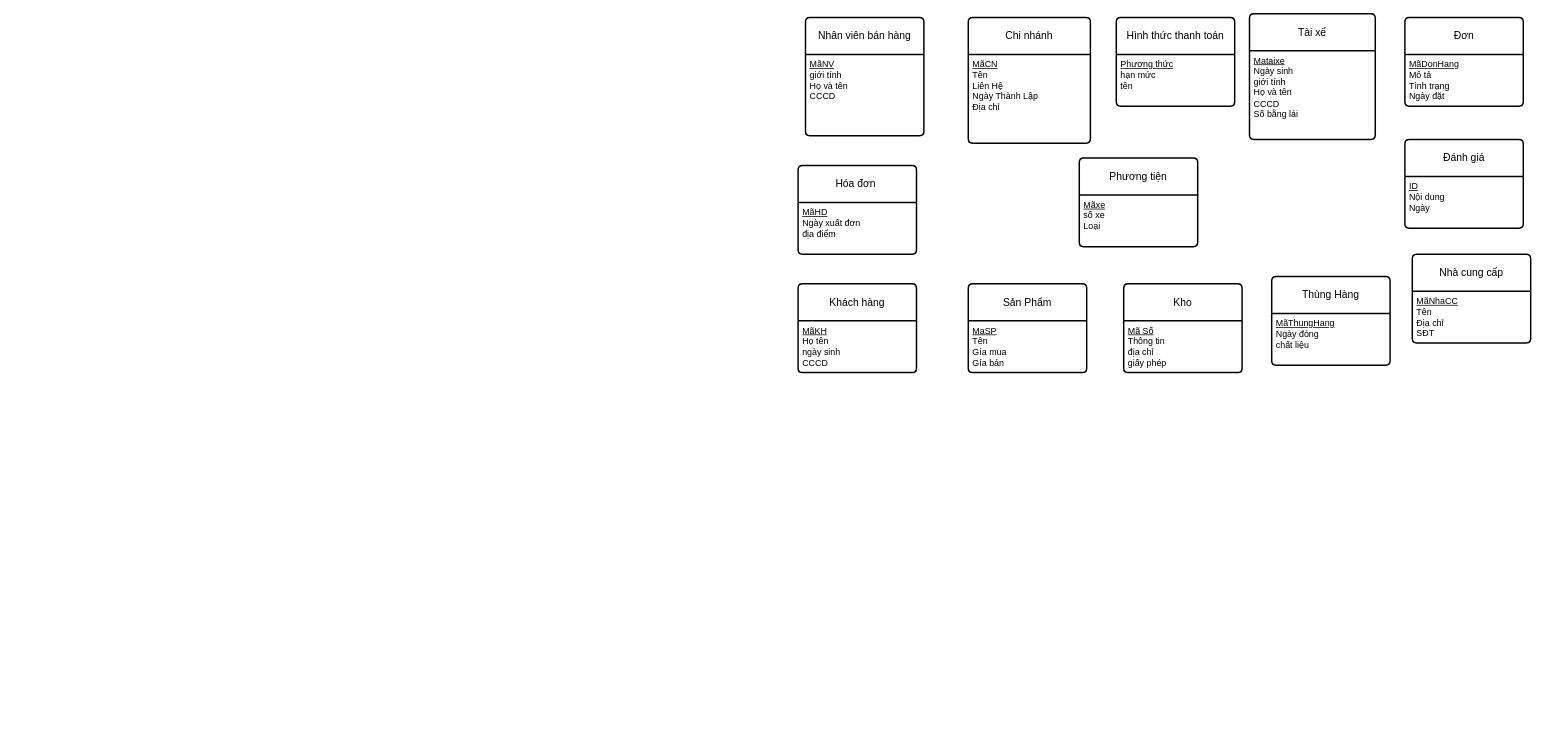
Before: Untitled Diagram.drawio in Tungdv23/B-i-t-p-th-vi-n, a draw.io diagram. Source tidied: cells renumbered, new cells numbered last; positions are measured from the earlier drawing's top-left corner, leaving out a move shared by most shapes. Both pictures are drawn from the tidied source at 74%, with x=0, y=0 at pixel (798, 13).
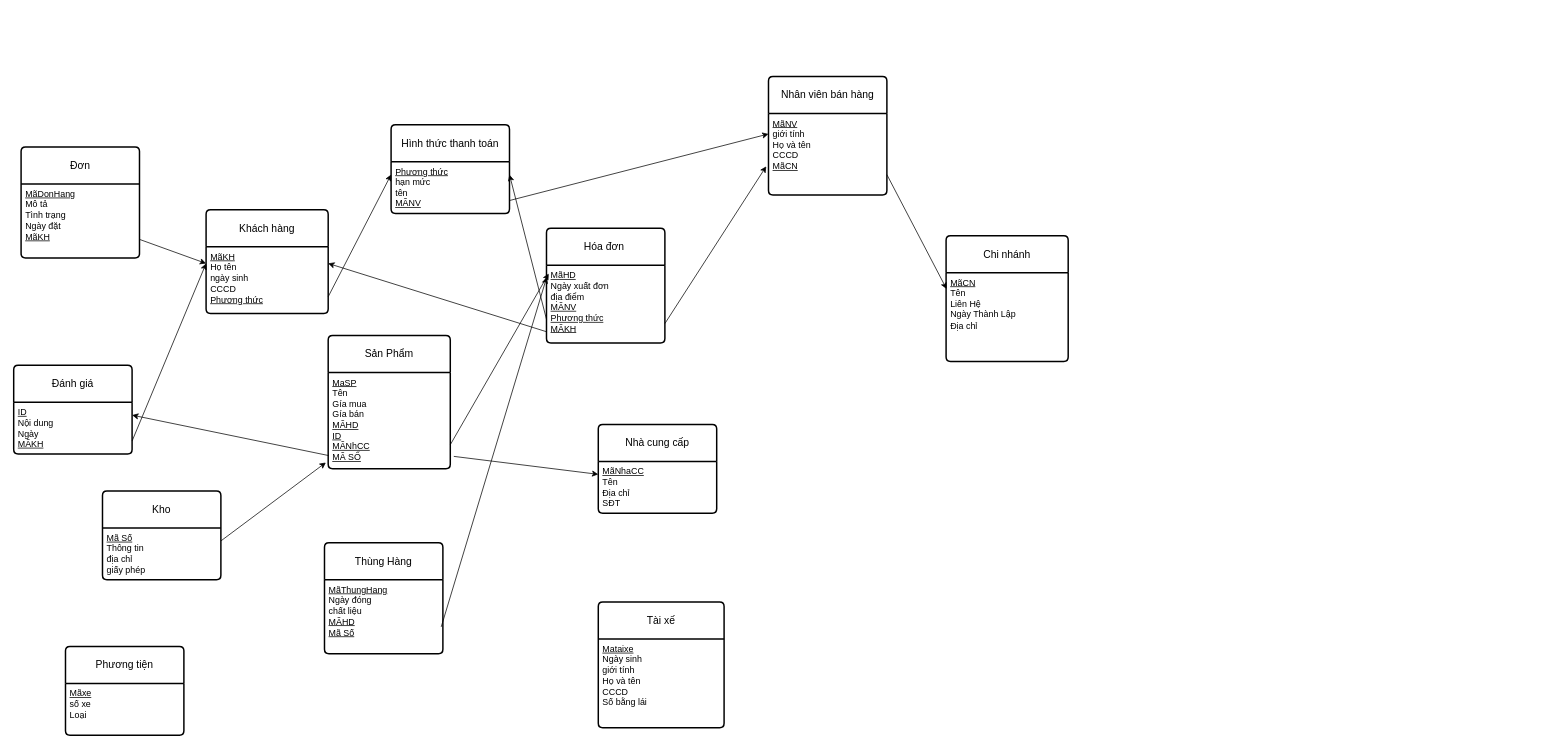
The same diagram, later.

Unchanged cells that the change refers to:
```xml
<mxCell id="5" value="&lt;u&gt;MãCN&lt;/u&gt;&lt;div&gt;Tên&lt;/div&gt;&lt;div&gt;Liên Hệ&lt;/div&gt;&lt;div&gt;Ngày Thành Lập&lt;/div&gt;&lt;div&gt;Địa chỉ&lt;/div&gt;" style="align=left;strokeColor=none;fillColor=none;spacingLeft=4;spacingRight=4;fontSize=12;verticalAlign=top;html=1;whiteSpace=wrap;" parent="4" vertex="1">
  <mxGeometry y="50" width="165" height="120" as="geometry" />
</mxCell>
<mxCell id="19" value="&lt;u&gt;MãNhaCC&lt;/u&gt;&lt;div&gt;Tên&lt;/div&gt;&lt;div&gt;Địa chỉ&lt;/div&gt;&lt;div&gt;SĐT&lt;/div&gt;" style="align=left;strokeColor=none;fillColor=none;spacingLeft=4;spacingRight=4;fontSize=12;verticalAlign=top;html=1;whiteSpace=wrap;" parent="18" vertex="1">
  <mxGeometry y="50" width="160" height="70" as="geometry" />
</mxCell>
<mxCell id="23" value="&lt;u&gt;Mã Số&lt;/u&gt;&lt;div&gt;Thông tin&lt;/div&gt;&lt;div&gt;địa chỉ&lt;/div&gt;&lt;div&gt;giấy phép&lt;/div&gt;" style="align=left;strokeColor=none;fillColor=none;spacingLeft=4;spacingRight=4;fontSize=12;verticalAlign=top;html=1;whiteSpace=wrap;" parent="22" vertex="1">
  <mxGeometry y="50" width="160" height="70" as="geometry" />
</mxCell>
```

Diff of the diagram source:
```diff
@@
     <mxCell id="2" value="Nhân viên bán hàng" style="swimlane;horizontal=1;startSize=50;rounded=1;fontSize=14;fontStyle=0;strokeWidth=2;shadow=0;dashed=0;align=center;arcSize=4;whiteSpace=wrap;html=1;" parent="1" vertex="1">
-      <mxGeometry x="10" y="5" width="160" height="160" as="geometry" />
+      <mxGeometry x="-40" y="85" width="160" height="160" as="geometry" />
     </mxCell>
-    <mxCell id="3" value="&lt;u&gt;MãNV&lt;/u&gt;&lt;div&gt;giới tính&lt;/div&gt;&lt;div&gt;Họ và tên&lt;/div&gt;&lt;div&gt;CCCD&lt;/div&gt;&lt;div&gt;&lt;br&gt;&lt;/div&gt;" style="align=left;strokeColor=none;fillColor=none;spacingLeft=4;spacingRight=4;fontSize=12;verticalAlign=top;html=1;whiteSpace=wrap;" parent="2" vertex="1">
+    <mxCell id="3" value="&lt;u&gt;MãNV&lt;/u&gt;&lt;div&gt;giới tính&lt;/div&gt;&lt;div&gt;Họ và tên&lt;/div&gt;&lt;div&gt;CCCD&lt;/div&gt;&lt;div&gt;&lt;u&gt;MãCN&lt;/u&gt;&lt;/div&gt;&lt;div&gt;&lt;br&gt;&lt;/div&gt;" style="align=left;strokeColor=none;fillColor=none;spacingLeft=4;spacingRight=4;fontSize=12;verticalAlign=top;html=1;whiteSpace=wrap;" parent="2" vertex="1">
       <mxGeometry y="50" width="160" height="110" as="geometry" />
     </mxCell>
     <mxCell id="4" value="Chi nhánh" style="swimlane;horizontal=1;startSize=50;rounded=1;fontSize=14;fontStyle=0;strokeWidth=2;shadow=0;dashed=0;align=center;arcSize=4;whiteSpace=wrap;html=1;" parent="1" vertex="1">
-      <mxGeometry x="230" y="5" width="165" height="170" as="geometry" />
+      <mxGeometry x="200" y="300" width="165" height="170" as="geometry" />
     </mxCell>
@@
     <mxCell id="6" value="Hình thức thanh toán" style="swimlane;horizontal=1;startSize=50;rounded=1;fontSize=14;fontStyle=0;strokeWidth=2;shadow=0;dashed=0;align=center;arcSize=4;whiteSpace=wrap;html=1;" parent="1" vertex="1">
-      <mxGeometry x="430" y="5" width="160" height="120" as="geometry" />
+      <mxGeometry x="-550" y="150" width="160" height="120" as="geometry" />
     </mxCell>
-    <mxCell id="7" value="&lt;u&gt;Phương thức&lt;/u&gt;&lt;div&gt;hạn mức&lt;/div&gt;&lt;div&gt;tên&lt;/div&gt;" style="align=left;strokeColor=none;fillColor=none;spacingLeft=4;spacingRight=4;fontSize=12;verticalAlign=top;html=1;whiteSpace=wrap;" parent="6" vertex="1">
+    <mxCell id="7" value="&lt;u&gt;Phương thức&lt;/u&gt;&lt;div&gt;hạn mức&lt;/div&gt;&lt;div&gt;tên&lt;/div&gt;&lt;div&gt;&lt;u&gt;MÃNV&lt;/u&gt;&lt;/div&gt;" style="align=left;strokeColor=none;fillColor=none;spacingLeft=4;spacingRight=4;fontSize=12;verticalAlign=top;html=1;whiteSpace=wrap;" parent="6" vertex="1">
       <mxGeometry y="50" width="160" height="70" as="geometry" />
     </mxCell>
     <mxCell id="8" value="Tài xế" style="swimlane;horizontal=1;startSize=50;rounded=1;fontSize=14;fontStyle=0;strokeWidth=2;shadow=0;dashed=0;align=center;arcSize=4;whiteSpace=wrap;html=1;" parent="1" vertex="1">
-      <mxGeometry x="610" width="170" height="170" as="geometry" />
+      <mxGeometry x="-270" y="795" width="170" height="170" as="geometry" />
     </mxCell>
@@
     <mxCell id="10" value="Hóa đơn&amp;nbsp;" style="swimlane;horizontal=1;startSize=50;rounded=1;fontSize=14;fontStyle=0;strokeWidth=2;shadow=0;dashed=0;align=center;arcSize=4;whiteSpace=wrap;html=1;" parent="1" vertex="1">
-      <mxGeometry y="205" width="160" height="120" as="geometry" />
+      <mxGeometry x="-340" y="290" width="160" height="155" as="geometry" />
     </mxCell>
-    <mxCell id="11" value="&lt;u&gt;MãHD&lt;/u&gt;&lt;div&gt;Ngày xuất đơn&lt;/div&gt;&lt;div&gt;địa điểm&lt;/div&gt;" style="align=left;strokeColor=none;fillColor=none;spacingLeft=4;spacingRight=4;fontSize=12;verticalAlign=top;html=1;whiteSpace=wrap;" parent="10" vertex="1">
-      <mxGeometry y="50" width="160" height="70" as="geometry" />
+    <mxCell id="11" value="&lt;u&gt;MãHD&lt;/u&gt;&lt;div&gt;Ngày xuất đơn&lt;/div&gt;&lt;div&gt;địa điểm&lt;/div&gt;&lt;div&gt;&lt;u&gt;MÃNV&lt;/u&gt;&lt;/div&gt;&lt;div&gt;&lt;u&gt;Phương thức&lt;/u&gt;&lt;/div&gt;&lt;div&gt;&lt;u&gt;MÃKH&lt;/u&gt;&lt;/div&gt;" style="align=left;strokeColor=none;fillColor=none;spacingLeft=4;spacingRight=4;fontSize=12;verticalAlign=top;html=1;whiteSpace=wrap;" parent="10" vertex="1">
+      <mxGeometry y="50" width="160" height="105" as="geometry" />
     </mxCell>
     <mxCell id="12" value="Khách hàng" style="swimlane;horizontal=1;startSize=50;rounded=1;fontSize=14;fontStyle=0;strokeWidth=2;shadow=0;dashed=0;align=center;arcSize=4;whiteSpace=wrap;html=1;" parent="1" vertex="1">
-      <mxGeometry y="365" width="160" height="120" as="geometry" />
+      <mxGeometry x="-800" y="265" width="165" height="140" as="geometry" />
     </mxCell>
-    <mxCell id="13" value="&lt;u&gt;MãKH&lt;/u&gt;&lt;div&gt;Họ tên&lt;/div&gt;&lt;div&gt;ngày sinh&lt;/div&gt;&lt;div&gt;CCCD&lt;/div&gt;" style="align=left;strokeColor=none;fillColor=none;spacingLeft=4;spacingRight=4;fontSize=12;verticalAlign=top;html=1;whiteSpace=wrap;" parent="12" vertex="1">
-      <mxGeometry y="50" width="160" height="70" as="geometry" />
+    <mxCell id="13" value="&lt;u&gt;MãKH&lt;/u&gt;&lt;div&gt;Họ tên&lt;/div&gt;&lt;div&gt;ngày sinh&lt;/div&gt;&lt;div&gt;CCCD&lt;/div&gt;&lt;div&gt;&lt;u&gt;Phương thức&lt;/u&gt;&lt;/div&gt;" style="align=left;strokeColor=none;fillColor=none;spacingLeft=4;spacingRight=4;fontSize=12;verticalAlign=top;html=1;whiteSpace=wrap;" parent="12" vertex="1">
+      <mxGeometry y="50" width="165" height="90" as="geometry" />
     </mxCell>
     <mxCell id="14" value="Đơn" style="swimlane;horizontal=1;startSize=50;rounded=1;fontSize=14;fontStyle=0;strokeWidth=2;shadow=0;dashed=0;align=center;arcSize=4;whiteSpace=wrap;html=1;" parent="1" vertex="1">
-      <mxGeometry x="820" y="5" width="160" height="120" as="geometry" />
+      <mxGeometry x="-1050" y="180" width="160" height="150" as="geometry" />
     </mxCell>
-    <mxCell id="15" value="&lt;u&gt;MãDonHang&lt;/u&gt;&lt;div&gt;Mô tả&lt;/div&gt;&lt;div&gt;Tình trạng&lt;/div&gt;&lt;div&gt;Ngày đặt&lt;/div&gt;" style="align=left;strokeColor=none;fillColor=none;spacingLeft=4;spacingRight=4;fontSize=12;verticalAlign=top;html=1;whiteSpace=wrap;" parent="14" vertex="1">
-      <mxGeometry y="50" width="160" height="70" as="geometry" />
+    <mxCell id="15" value="&lt;u&gt;MãDonHang&lt;/u&gt;&lt;div&gt;Mô tả&lt;/div&gt;&lt;div&gt;Tình trạng&lt;/div&gt;&lt;div&gt;Ngày đặt&lt;/div&gt;&lt;div&gt;&lt;u&gt;MãKH&lt;/u&gt;&lt;/div&gt;" style="align=left;strokeColor=none;fillColor=none;spacingLeft=4;spacingRight=4;fontSize=12;verticalAlign=top;html=1;whiteSpace=wrap;" parent="14" vertex="1">
+      <mxGeometry y="50" width="160" height="100" as="geometry" />
     </mxCell>
     <mxCell id="16" value="Đánh giá" style="swimlane;horizontal=1;startSize=50;rounded=1;fontSize=14;fontStyle=0;strokeWidth=2;shadow=0;dashed=0;align=center;arcSize=4;whiteSpace=wrap;html=1;" parent="1" vertex="1">
-      <mxGeometry x="820" y="170" width="160" height="120" as="geometry" />
+      <mxGeometry x="-1060" y="475" width="160" height="120" as="geometry" />
     </mxCell>
-    <mxCell id="17" value="&lt;u&gt;ID&lt;/u&gt;&lt;div&gt;Nội dung&lt;/div&gt;&lt;div&gt;Ngày&lt;/div&gt;" style="align=left;strokeColor=none;fillColor=none;spacingLeft=4;spacingRight=4;fontSize=12;verticalAlign=top;html=1;whiteSpace=wrap;" parent="16" vertex="1">
+    <mxCell id="17" value="&lt;u&gt;ID&lt;/u&gt;&lt;div&gt;Nội dung&lt;/div&gt;&lt;div&gt;Ngày&lt;/div&gt;&lt;div&gt;&lt;u&gt;MÃKH&lt;/u&gt;&lt;/div&gt;" style="align=left;strokeColor=none;fillColor=none;spacingLeft=4;spacingRight=4;fontSize=12;verticalAlign=top;html=1;whiteSpace=wrap;" parent="16" vertex="1">
       <mxGeometry y="50" width="160" height="70" as="geometry" />
     </mxCell>
     <mxCell id="18" value="Nhà cung cấp" style="swimlane;horizontal=1;startSize=50;rounded=1;fontSize=14;fontStyle=0;strokeWidth=2;shadow=0;dashed=0;align=center;arcSize=4;whiteSpace=wrap;html=1;" parent="1" vertex="1">
-      <mxGeometry x="830" y="325" width="160" height="120" as="geometry" />
+      <mxGeometry x="-270" y="555" width="160" height="120" as="geometry" />
     </mxCell>
@@
     <mxCell id="20" value="Sản Phẩm" style="swimlane;horizontal=1;startSize=50;rounded=1;fontSize=14;fontStyle=0;strokeWidth=2;shadow=0;dashed=0;align=center;arcSize=4;whiteSpace=wrap;html=1;" parent="1" vertex="1">
-      <mxGeometry x="230" y="365" width="160" height="120" as="geometry" />
+      <mxGeometry x="-635" y="435" width="165" height="180" as="geometry" />
     </mxCell>
-    <mxCell id="21" value="&lt;u&gt;MaSP&lt;/u&gt;&lt;div&gt;Tên&lt;/div&gt;&lt;div&gt;Gía mua&lt;/div&gt;&lt;div&gt;Gía bán&lt;/div&gt;" style="align=left;strokeColor=none;fillColor=none;spacingLeft=4;spacingRight=4;fontSize=12;verticalAlign=top;html=1;whiteSpace=wrap;" parent="20" vertex="1">
-      <mxGeometry y="50" width="160" height="70" as="geometry" />
+    <mxCell id="21" value="&lt;u&gt;MaSP&lt;/u&gt;&lt;div&gt;Tên&lt;/div&gt;&lt;div&gt;Gía mua&lt;/div&gt;&lt;div&gt;Gía bán&lt;/div&gt;&lt;div&gt;&lt;u&gt;MÃHD&lt;/u&gt;&lt;/div&gt;&lt;div&gt;&lt;u&gt;ID&lt;/u&gt;&lt;/div&gt;&lt;div&gt;&lt;u&gt;MÃNhCC&lt;/u&gt;&lt;/div&gt;&lt;div&gt;&lt;u&gt;MÃ SỐ&lt;/u&gt;&lt;/div&gt;" style="align=left;strokeColor=none;fillColor=none;spacingLeft=4;spacingRight=4;fontSize=12;verticalAlign=top;html=1;whiteSpace=wrap;" parent="20" vertex="1">
+      <mxGeometry y="50" width="165" height="130" as="geometry" />
     </mxCell>
     <mxCell id="22" value="Kho" style="swimlane;horizontal=1;startSize=50;rounded=1;fontSize=14;fontStyle=0;strokeWidth=2;shadow=0;dashed=0;align=center;arcSize=4;whiteSpace=wrap;html=1;" parent="1" vertex="1">
-      <mxGeometry x="440" y="365" width="160" height="120" as="geometry" />
+      <mxGeometry x="-940" y="645" width="160" height="120" as="geometry" />
     </mxCell>
@@
     <mxCell id="24" value="Thùng Hàng" style="swimlane;horizontal=1;startSize=50;rounded=1;fontSize=14;fontStyle=0;strokeWidth=2;shadow=0;dashed=0;align=center;arcSize=4;whiteSpace=wrap;html=1;" parent="1" vertex="1">
-      <mxGeometry x="640" y="355" width="160" height="120" as="geometry" />
+      <mxGeometry x="-640" y="715" width="160" height="150" as="geometry" />
     </mxCell>
-    <mxCell id="25" value="&lt;u&gt;MãThungHang&lt;/u&gt;&lt;div&gt;Ngày đóng&lt;/div&gt;&lt;div&gt;chất liệu&lt;/div&gt;" style="align=left;strokeColor=none;fillColor=none;spacingLeft=4;spacingRight=4;fontSize=12;verticalAlign=top;html=1;whiteSpace=wrap;" parent="24" vertex="1">
-      <mxGeometry y="50" width="160" height="70" as="geometry" />
+    <mxCell id="25" value="&lt;u&gt;MãThungHang&lt;/u&gt;&lt;div&gt;Ngày đóng&lt;/div&gt;&lt;div&gt;chất liệu&lt;/div&gt;&lt;div&gt;&lt;u&gt;MÃHD&lt;/u&gt;&lt;/div&gt;&lt;div&gt;&lt;u&gt;Mã Số&lt;/u&gt;&lt;/div&gt;" style="align=left;strokeColor=none;fillColor=none;spacingLeft=4;spacingRight=4;fontSize=12;verticalAlign=top;html=1;whiteSpace=wrap;" parent="24" vertex="1">
+      <mxGeometry y="50" width="160" height="100" as="geometry" />
     </mxCell>
     <mxCell id="26" value="Phương tiện" style="swimlane;horizontal=1;startSize=50;rounded=1;fontSize=14;fontStyle=0;strokeWidth=2;shadow=0;dashed=0;align=center;arcSize=4;whiteSpace=wrap;html=1;" parent="1" vertex="1">
-      <mxGeometry x="380" y="195" width="160" height="120" as="geometry" />
+      <mxGeometry x="-990" y="855" width="160" height="120" as="geometry" />
     </mxCell>
@@
+    <mxCell id="28" style="endArrow=classic;html=1;rounded=0;exitX=1;exitY=0.75;exitDx=0;exitDy=0;entryX=0.004;entryY=0.183;entryDx=0;entryDy=0;entryPerimeter=0;" parent="1" edge="1" source="3" target="5">
+      <mxGeometry relative="1" as="geometry" />
+    </mxCell>
+    <mxCell id="29" style="endArrow=classic;html=1;rounded=0;exitX=1;exitY=0.75;exitDx=0;exitDy=0;entryX=0;entryY=0.25;entryDx=0;entryDy=0;" parent="1" edge="1" source="15" target="13">
+      <mxGeometry relative="1" as="geometry" />
+    </mxCell>
+    <mxCell id="30" style="endArrow=classic;html=1;rounded=0;exitX=1;exitY=0.75;exitDx=0;exitDy=0;entryX=-0.019;entryY=0.648;entryDx=0;entryDy=0;entryPerimeter=0;" parent="1" edge="1" source="11" target="3">
+      <mxGeometry relative="1" as="geometry" />
+    </mxCell>
+    <mxCell id="31" style="endArrow=classic;html=1;rounded=0;exitX=1;exitY=0.75;exitDx=0;exitDy=0;entryX=0.019;entryY=0.107;entryDx=0;entryDy=0;entryPerimeter=0;" parent="1" edge="1" source="21" target="11">
+      <mxGeometry relative="1" as="geometry" />
+    </mxCell>
+    <mxCell id="32" style="endArrow=classic;html=1;rounded=0;exitX=1;exitY=0.75;exitDx=0;exitDy=0;entryX=0;entryY=0.25;entryDx=0;entryDy=0;" parent="1" edge="1" source="7" target="3">
+      <mxGeometry relative="1" as="geometry" />
+    </mxCell>
+    <mxCell id="33" style="endArrow=classic;html=1;rounded=0;entryX=1;entryY=0.25;entryDx=0;entryDy=0;exitX=0.001;exitY=0.701;exitDx=0;exitDy=0;exitPerimeter=0;" parent="1" edge="1" source="11" target="7">
+      <mxGeometry relative="1" as="geometry" />
+    </mxCell>
+    <mxCell id="34" style="endArrow=classic;html=1;rounded=0;exitX=1;exitY=0.75;exitDx=0;exitDy=0;entryX=0;entryY=0.25;entryDx=0;entryDy=0;" parent="1" edge="1" source="13" target="7">
+      <mxGeometry relative="1" as="geometry" />
+    </mxCell>
+    <mxCell id="35" style="endArrow=classic;html=1;rounded=0;entryX=1;entryY=0.25;entryDx=0;entryDy=0;exitX=0;exitY=0.855;exitDx=0;exitDy=0;exitPerimeter=0;" parent="1" edge="1" source="11" target="13">
+      <mxGeometry relative="1" as="geometry" />
+    </mxCell>
+    <mxCell id="36" style="endArrow=classic;html=1;rounded=0;entryX=0;entryY=0.25;entryDx=0;entryDy=0;exitX=1;exitY=0.75;exitDx=0;exitDy=0;" parent="1" edge="1" source="17" target="13">
+      <mxGeometry relative="1" as="geometry" />
+    </mxCell>
+    <mxCell id="37" style="endArrow=classic;html=1;rounded=0;exitX=0.006;exitY=0.863;exitDx=0;exitDy=0;exitPerimeter=0;entryX=1;entryY=0.25;entryDx=0;entryDy=0;" parent="1" edge="1" source="21" target="17">
+      <mxGeometry relative="1" as="geometry" />
+    </mxCell>
+    <mxCell id="38" style="endArrow=classic;html=1;rounded=0;exitX=1.029;exitY=0.871;exitDx=0;exitDy=0;exitPerimeter=0;entryX=0;entryY=0.25;entryDx=0;entryDy=0;" parent="1" edge="1" source="21" target="19">
+      <mxGeometry relative="1" as="geometry" />
+    </mxCell>
+    <mxCell id="39" style="endArrow=classic;html=1;rounded=0;exitX=1;exitY=0.25;exitDx=0;exitDy=0;entryX=-0.019;entryY=0.935;entryDx=0;entryDy=0;entryPerimeter=0;" parent="1" edge="1" source="23" target="21">
+      <mxGeometry relative="1" as="geometry" />
+    </mxCell>
+    <mxCell id="40" style="endArrow=classic;html=1;rounded=0;exitX=0.986;exitY=0.636;exitDx=0;exitDy=0;exitPerimeter=0;entryX=0.002;entryY=0.153;entryDx=0;entryDy=0;entryPerimeter=0;" parent="1" edge="1" source="25" target="11">
+      <mxGeometry relative="1" as="geometry" />
+    </mxCell>
```
